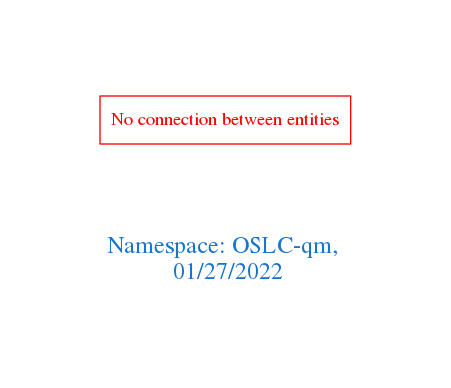
Above: downloads/OSLC-qm.png in arago/OGIT (Graphviz), before the change. Its source is kept beside it as downloads/OSLC-qm.dot. Source of this version:
```dot
digraph OGIT_ontology {
 graph [ rankdir= LR,pad=1
fontsize = 18,
fontcolor= dodgerblue3,label = "\n\n\nNamespace: OSLC-qm, \n 01/27/2022"];
node[shape=polygon];
edge [  color="gray81"];

"No connection between entities" [fontcolor = "red",color="red", shape="polygon"]
}
```
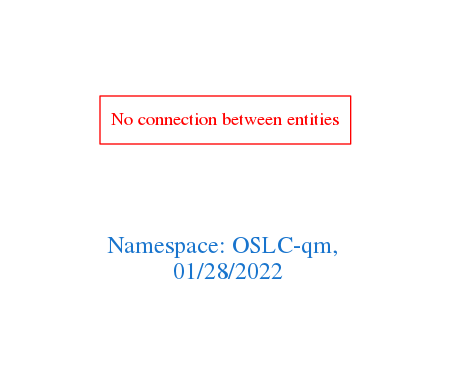
Above is the later version.

What changed in the source:
```diff
@@ -1,7 +1,7 @@
 digraph OGIT_ontology {
  graph [ rankdir= LR,pad=1
 fontsize = 18,
-fontcolor= dodgerblue3,label = "\n\n\nNamespace: OSLC-qm, \n 01/27/2022"];
+fontcolor= dodgerblue3,label = "\n\n\nNamespace: OSLC-qm, \n 01/28/2022"];
 node[shape=polygon];
 edge [  color="gray81"];
 
```
